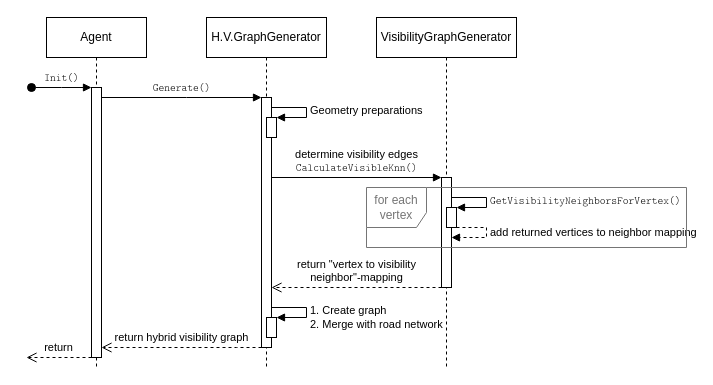
Before: presentation/images/components-sequence-generation-short.drawio in hauke96/master-thesis, a draw.io diagram. Source tidied: cells renumbered, new cells numbered last; positions are measured from the earlier drawing's top-left corner, leaving out a move shared by most shapes. Both pictures are drawn from the tidied source at 100%, with x=0, y=0 at pixel (26, 17).
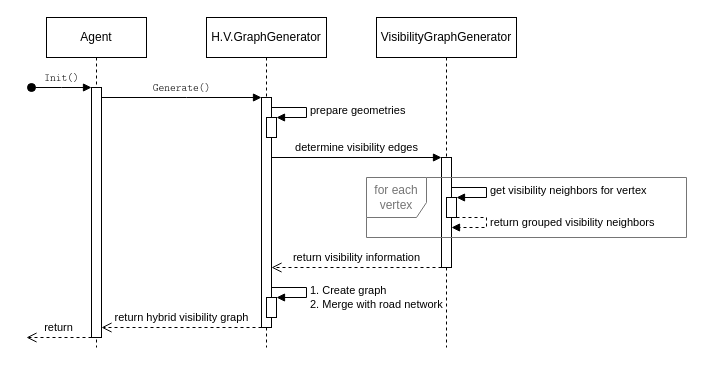
After the change.

The change refers to these unchanged cells:
```xml
<mxCell id="9" style="html=1;points=[];perimeter=orthogonalPerimeter;outlineConnect=0;targetShapes=umlLifeline;portConstraint=eastwest;newEdgeStyle={&quot;edgeStyle&quot;:&quot;elbowEdgeStyle&quot;,&quot;elbow&quot;:&quot;vertical&quot;,&quot;curved&quot;:0,&quot;rounded&quot;:0};" parent="5" vertex="1">
  <mxGeometry x="60" y="100" width="10" height="20" as="geometry" />
</mxCell>
```

Change to the diagram source:
```diff
@@
     <mxCell id="2" value="Agent" style="shape=umlLifeline;perimeter=lifelinePerimeter;whiteSpace=wrap;html=1;newEdgeStyle={&quot;edgeStyle&quot;:&quot;elbowEdgeStyle&quot;,&quot;elbow&quot;:&quot;vertical&quot;,&quot;curved&quot;:0,&quot;rounded&quot;:0};fontFamily=Linux Libertine;verticalAlign=middle;spacing=2;" parent="1" vertex="1">
-      <mxGeometry x="20" width="100" height="350" as="geometry" />
+      <mxGeometry x="20" width="100" height="330" as="geometry" />
     </mxCell>
     <mxCell id="3" style="html=1;points=[];perimeter=orthogonalPerimeter;outlineConnect=0;targetShapes=umlLifeline;portConstraint=eastwest;newEdgeStyle={&quot;edgeStyle&quot;:&quot;elbowEdgeStyle&quot;,&quot;elbow&quot;:&quot;vertical&quot;,&quot;curved&quot;:0,&quot;rounded&quot;:0};fontFamily=Linux Libertine;" parent="2" vertex="1">
-      <mxGeometry x="45" y="70" width="10" height="270" as="geometry" />
+      <mxGeometry x="45" y="70" width="10" height="250" as="geometry" />
     </mxCell>
@@
     <mxCell id="5" value="H.V.GraphGenerator" style="shape=umlLifeline;perimeter=lifelinePerimeter;whiteSpace=wrap;html=1;newEdgeStyle={&quot;edgeStyle&quot;:&quot;elbowEdgeStyle&quot;,&quot;elbow&quot;:&quot;vertical&quot;,&quot;curved&quot;:0,&quot;rounded&quot;:0};fontFamily=Linux Libertine;" parent="1" vertex="1">
-      <mxGeometry x="180" width="120" height="350" as="geometry" />
+      <mxGeometry x="180" width="120" height="330" as="geometry" />
     </mxCell>
     <mxCell id="6" style="html=1;points=[];perimeter=orthogonalPerimeter;outlineConnect=0;targetShapes=umlLifeline;portConstraint=eastwest;newEdgeStyle={&quot;edgeStyle&quot;:&quot;elbowEdgeStyle&quot;,&quot;elbow&quot;:&quot;vertical&quot;,&quot;curved&quot;:0,&quot;rounded&quot;:0};fontFamily=Linux Libertine;" parent="5" vertex="1">
-      <mxGeometry x="55" y="80" width="10" height="250" as="geometry" />
+      <mxGeometry x="55" y="80" width="10" height="230" as="geometry" />
     </mxCell>
     <mxCell id="7" style="html=1;points=[];perimeter=orthogonalPerimeter;outlineConnect=0;targetShapes=umlLifeline;portConstraint=eastwest;newEdgeStyle={&quot;edgeStyle&quot;:&quot;elbowEdgeStyle&quot;,&quot;elbow&quot;:&quot;vertical&quot;,&quot;curved&quot;:0,&quot;rounded&quot;:0};" parent="5" vertex="1">
-      <mxGeometry x="60" y="300" width="10" height="20" as="geometry" />
+      <mxGeometry x="60" y="280" width="10" height="20" as="geometry" />
     </mxCell>
-    <mxCell id="8" value="&lt;div&gt;&lt;font face=&quot;Linux Libertine&quot;&gt;1. Create graph&lt;/font&gt;&lt;/div&gt;&lt;div&gt;&lt;font face=&quot;Linux Libertine&quot;&gt;2. Merge with road network&lt;/font&gt;&lt;/div&gt;" style="html=1;align=left;spacingLeft=37;endArrow=block;rounded=0;edgeStyle=orthogonalEdgeStyle;curved=0;rounded=0;exitX=1;exitY=0.474;exitDx=0;exitDy=0;exitPerimeter=0;verticalAlign=middle;spacingTop=36;jumpSize=6;" parent="5" edge="1" source="6" target="7">
+    <mxCell id="8" value="&lt;div&gt;&lt;font face=&quot;Linux Libertine&quot;&gt;1. Create graph&lt;/font&gt;&lt;/div&gt;&lt;div&gt;&lt;font face=&quot;Linux Libertine&quot;&gt;2. Merge with road network&lt;/font&gt;&lt;/div&gt;" style="html=1;align=left;spacingLeft=37;endArrow=block;rounded=0;edgeStyle=orthogonalEdgeStyle;curved=0;rounded=0;exitX=1;exitY=0.474;exitDx=0;exitDy=0;exitPerimeter=0;verticalAlign=middle;spacingTop=36;jumpSize=6;" parent="5" edge="1" target="7">
       <mxGeometry relative="1" as="geometry">
+        <mxPoint x="65" y="178.5" as="sourcePoint" />
         <Array as="points">
-          <mxPoint x="65" y="290" />
-          <mxPoint x="100" y="290" />
-          <mxPoint x="100" y="300" />
+          <mxPoint x="65" y="270" />
+          <mxPoint x="100" y="270" />
+          <mxPoint x="100" y="280" />
         </Array>
       </mxGeometry>
     </mxCell>
@@
-    <mxCell id="10" value="&lt;font face=&quot;Linux Libertine&quot;&gt;Geometry preparations&lt;br&gt;&lt;/font&gt;" style="html=1;align=left;spacingLeft=2;endArrow=block;rounded=0;edgeStyle=orthogonalEdgeStyle;curved=0;rounded=0;" parent="5" edge="1" source="6" target="9">
+    <mxCell id="10" value="&lt;font face=&quot;Linux Libertine&quot;&gt;prepare geometries&lt;br&gt;&lt;/font&gt;" style="html=1;align=left;spacingLeft=2;endArrow=block;rounded=0;edgeStyle=orthogonalEdgeStyle;curved=0;rounded=0;" parent="5" edge="1" source="6" target="9">
       <mxGeometry relative="1" as="geometry">
         <Array as="points">
           <mxPoint x="100" y="90" />
           <mxPoint x="100" y="100" />
         </Array>
       </mxGeometry>
     </mxCell>
@@
     <mxCell id="12" value="return hybrid visibility graph" style="html=1;verticalAlign=bottom;endArrow=open;dashed=1;endSize=8;edgeStyle=elbowEdgeStyle;elbow=vertical;curved=0;rounded=0;fontFamily=Linux Libertine;spacing=3;" parent="1" edge="1" source="6" target="3">
       <mxGeometry relative="1" as="geometry">
         <Array as="points">
-          <mxPoint x="210" y="330" />
+          <mxPoint x="220" y="310" />
           <mxPoint x="210" y="540" />
           <mxPoint x="210" y="570" />
           <mxPoint x="240" y="290" />
           <mxPoint x="210" y="280" />
           <mxPoint x="190" y="190" />
           <mxPoint x="220" y="200" />
           <mxPoint x="170" y="240" />
         </Array>
       </mxGeometry>
     </mxCell>
     <mxCell id="13" value="&lt;div&gt;VisibilityGraphGenerator&lt;/div&gt;" style="shape=umlLifeline;perimeter=lifelinePerimeter;whiteSpace=wrap;html=1;newEdgeStyle={&quot;edgeStyle&quot;:&quot;elbowEdgeStyle&quot;,&quot;elbow&quot;:&quot;vertical&quot;,&quot;curved&quot;:0,&quot;rounded&quot;:0};fontFamily=Linux Libertine;" parent="1" vertex="1">
-      <mxGeometry x="350" width="140" height="350" as="geometry" />
+      <mxGeometry x="350" width="140" height="330" as="geometry" />
     </mxCell>
     <mxCell id="14" style="html=1;points=[];perimeter=orthogonalPerimeter;outlineConnect=0;targetShapes=umlLifeline;portConstraint=eastwest;newEdgeStyle={&quot;edgeStyle&quot;:&quot;elbowEdgeStyle&quot;,&quot;elbow&quot;:&quot;vertical&quot;,&quot;curved&quot;:0,&quot;rounded&quot;:0};fontFamily=Linux Libertine;" parent="13" vertex="1">
-      <mxGeometry x="65" y="160" width="10" height="110" as="geometry" />
+      <mxGeometry x="65" y="140" width="10" height="110" as="geometry" />
     </mxCell>
     <mxCell id="15" style="html=1;points=[];perimeter=orthogonalPerimeter;outlineConnect=0;targetShapes=umlLifeline;portConstraint=eastwest;newEdgeStyle={&quot;edgeStyle&quot;:&quot;elbowEdgeStyle&quot;,&quot;elbow&quot;:&quot;vertical&quot;,&quot;curved&quot;:0,&quot;rounded&quot;:0};" parent="13" vertex="1">
-      <mxGeometry x="70" y="190" width="10" height="20" as="geometry" />
+      <mxGeometry x="70" y="180" width="10" height="20" as="geometry" />
     </mxCell>
-    <mxCell id="16" value="&lt;div&gt;&lt;font&gt;GetVisibilityNeighborsForVertex()&lt;br&gt;&lt;/font&gt;&lt;/div&gt;" style="html=1;align=left;spacingLeft=2;endArrow=block;rounded=0;edgeStyle=orthogonalEdgeStyle;curved=0;rounded=0;fontFamily=Latin Modern Mono Light;" parent="13" edge="1" source="14" target="15">
+    <mxCell id="16" value="&lt;font face=&quot;Linux Libertine&quot;&gt;get visibility neighbors for vertex&lt;br&gt;&lt;/font&gt;" style="html=1;align=left;spacingLeft=2;endArrow=block;rounded=0;edgeStyle=orthogonalEdgeStyle;curved=0;rounded=0;fontFamily=Latin Modern Mono Light;" parent="13" edge="1" target="15">
       <mxGeometry relative="1" as="geometry">
+        <mxPoint x="75" y="170" as="sourcePoint" />
         <Array as="points">
+          <mxPoint x="110" y="170" />
           <mxPoint x="110" y="180" />
-          <mxPoint x="110" y="190" />
-          <mxPoint x="75" y="190" />
+          <mxPoint x="75" y="180" />
         </Array>
       </mxGeometry>
     </mxCell>
-    <mxCell id="17" value="add returned vertices to neighbor mapping" style="html=1;align=left;spacingLeft=2;endArrow=block;rounded=0;edgeStyle=orthogonalEdgeStyle;curved=0;rounded=0;fontFamily=Linux Libertine;dashed=1;" parent="13" edge="1" source="15" target="14">
+    <mxCell id="17" value="return grouped visibility neighbors" style="html=1;align=left;spacingLeft=2;endArrow=block;rounded=0;edgeStyle=orthogonalEdgeStyle;curved=0;rounded=0;fontFamily=Linux Libertine;dashed=1;" parent="13" edge="1" source="15">
       <mxGeometry x="-0.08" relative="1" as="geometry">
+        <mxPoint x="75" y="210" as="targetPoint" />
         <Array as="points">
+          <mxPoint x="110" y="200" />
           <mxPoint x="110" y="210" />
-          <mxPoint x="110" y="220" />
         </Array>
       </mxGeometry>
     </mxCell>
-    <mxCell id="18" value="&lt;div&gt;determine visibility edges&lt;/div&gt;&lt;div&gt;&lt;font face=&quot;Latin Modern Mono Light&quot;&gt;CalculateVisibleKnn()&lt;/font&gt;&lt;/div&gt;" style="html=1;verticalAlign=bottom;endArrow=block;edgeStyle=elbowEdgeStyle;elbow=vertical;curved=0;rounded=0;fontFamily=Linux Libertine;spacing=3;" parent="1" edge="1" source="6" target="14">
+    <mxCell id="18" value="&lt;div&gt;determine visibility edges&lt;/div&gt;" style="html=1;verticalAlign=bottom;endArrow=block;edgeStyle=elbowEdgeStyle;elbow=vertical;curved=0;rounded=0;fontFamily=Linux Libertine;spacing=3;" parent="1" edge="1" target="14">
       <mxGeometry relative="1" as="geometry">
+        <mxPoint x="245" y="140" as="sourcePoint" />
         <Array as="points">
-          <mxPoint x="410" y="160" />
-          <mxPoint x="330" y="110" />
-          <mxPoint x="410" y="90" />
-          <mxPoint x="380" y="120" />
-          <mxPoint x="290" y="210" />
+          <mxPoint x="410" y="140" />
+          <mxPoint x="330" y="90" />
+          <mxPoint x="410" y="70" />
+          <mxPoint x="380" y="100" />
+          <mxPoint x="290" y="190" />
         </Array>
       </mxGeometry>
     </mxCell>
-    <mxCell id="19" value="&lt;div&gt;return &quot;vertex to visibility&lt;/div&gt;&lt;div&gt;neighbor&quot;-mapping&lt;/div&gt;" style="html=1;verticalAlign=bottom;endArrow=open;dashed=1;endSize=8;edgeStyle=elbowEdgeStyle;elbow=vertical;curved=0;rounded=0;fontFamily=Linux Libertine;spacing=3;" parent="1" edge="1" source="14" target="6">
+    <mxCell id="19" value="&lt;div&gt;return visibility information&lt;br&gt;&lt;/div&gt;" style="html=1;verticalAlign=bottom;endArrow=open;dashed=1;endSize=8;edgeStyle=elbowEdgeStyle;elbow=vertical;curved=0;rounded=0;fontFamily=Linux Libertine;spacing=3;" parent="1" edge="1" source="14">
       <mxGeometry relative="1" as="geometry">
+        <mxPoint x="245" y="250" as="targetPoint" />
         <Array as="points">
-          <mxPoint x="410" y="270" />
-          <mxPoint x="360" y="260" />
-          <mxPoint x="380" y="180" />
-          <mxPoint x="390" y="220" />
-          <mxPoint x="400" y="180" />
+          <mxPoint x="410" y="250" />
+          <mxPoint x="360" y="240" />
+          <mxPoint x="380" y="160" />
+          <mxPoint x="390" y="200" />
+          <mxPoint x="400" y="160" />
         </Array>
       </mxGeometry>
     </mxCell>
     <mxCell id="20" value="return" style="html=1;verticalAlign=bottom;endArrow=open;dashed=1;endSize=8;edgeStyle=elbowEdgeStyle;elbow=vertical;curved=0;rounded=0;fontFamily=Linux Libertine;spacing=3;" parent="1" edge="1" source="3">
       <mxGeometry relative="1" as="geometry">
-        <mxPoint y="340" as="targetPoint" />
+        <mxPoint y="320" as="targetPoint" />
         <Array as="points">
-          <mxPoint x="50" y="340" />
+          <mxPoint x="50" y="320" />
           <mxPoint x="50" y="560" />
           <mxPoint x="40" y="400" />
           <mxPoint x="40" y="300" />
           <mxPoint x="30" y="220" />
           <mxPoint x="105" y="280" />
           <mxPoint x="135" y="290" />
           <mxPoint x="85" y="330" />
         </Array>
       </mxGeometry>
     </mxCell>
     <mxCell id="21" value="&lt;font face=&quot;Linux Libertine&quot;&gt;for each vertex&lt;br&gt;&lt;/font&gt;" style="shape=umlFrame;whiteSpace=wrap;html=1;width=60;height=40;strokeColor=#757575;fontColor=#757575;" parent="1" vertex="1">
-      <mxGeometry x="340" y="170" width="320" height="60" as="geometry" />
+      <mxGeometry x="340" y="160" width="320" height="60" as="geometry" />
     </mxCell>
```
